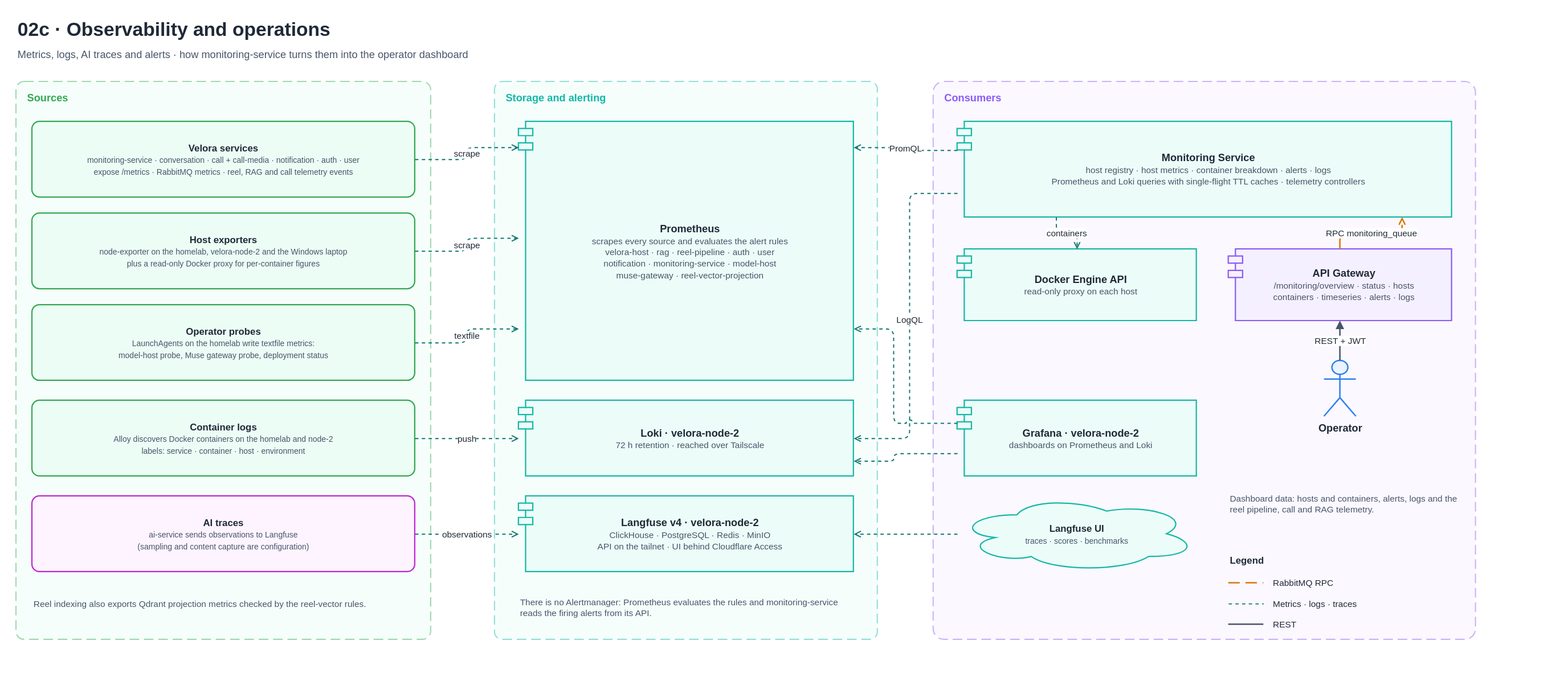
Above: docs/diagrams/velora-current/importable-svg/02c-observability-stack.drawio.svg in HieuCuteDangYeu/velora-backend (draw.io), before the change. Source tidied: cells renumbered, new cells last; positions are measured from the earlier drawing's top-left corner, leaving out a move shared by most shapes.
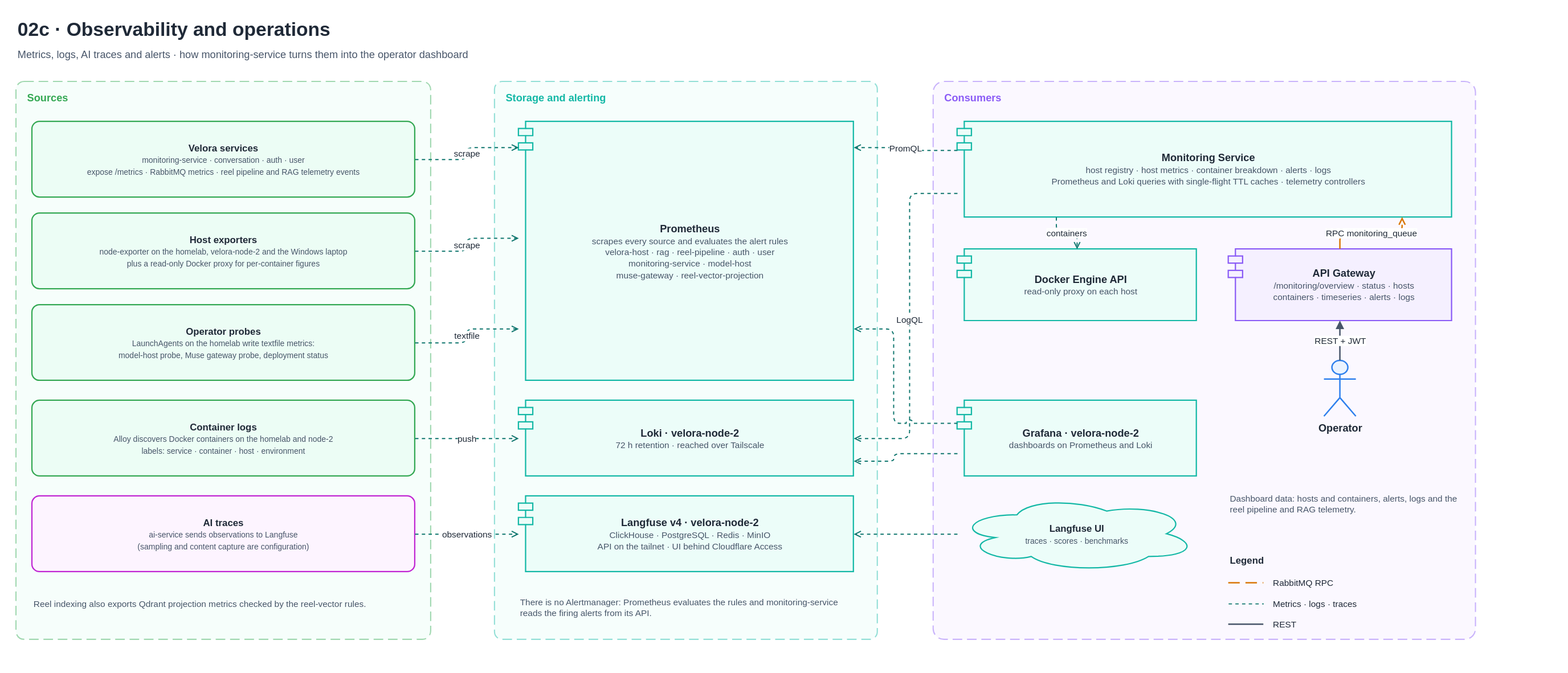
Above is the later version.

What changed in the source:
```diff
@@ -14,7 +14,7 @@
     <mxCell id="5" value="Sources" style="text;html=1;fontFamily=Helvetica;fontSize=13;fontStyle=1;fontColor=#34A853;align=left;verticalAlign=top;spacingLeft=12;spacingTop=6;strokeColor=none;fillColor=none;" parent="1" vertex="1">
       <mxGeometry y="82" width="520" height="30" as="geometry" />
     </mxCell>
-    <mxCell id="6" value="&lt;b style=&quot;font-size:12px&quot;&gt;Velora services&lt;/b&gt;&lt;br&gt;&lt;span style=&quot;font-size:10px;color:#475569&quot;&gt;monitoring-service · conversation · call + call-media · notification · auth · user&lt;br&gt;expose /metrics · RabbitMQ metrics · reel, RAG and call telemetry events&lt;/span&gt;" style="rounded=1;arcSize=10;html=1;whiteSpace=wrap;fontFamily=Helvetica;fillColor=#ECFDF5;strokeColor=#34A853;strokeWidth=1.6;fontColor=#1F2937;align=center;verticalAlign=middle;" parent="1" vertex="1">
+    <mxCell id="6" value="&lt;b style=&quot;font-size:12px&quot;&gt;Velora services&lt;/b&gt;&lt;br&gt;&lt;span style=&quot;font-size:10px;color:#475569&quot;&gt;monitoring-service · conversation · auth · user&lt;br&gt;expose /metrics · RabbitMQ metrics · reel pipeline and RAG telemetry events&lt;/span&gt;" style="rounded=1;arcSize=10;html=1;whiteSpace=wrap;fontFamily=Helvetica;fillColor=#ECFDF5;strokeColor=#34A853;strokeWidth=1.6;fontColor=#1F2937;align=center;verticalAlign=middle;" parent="1" vertex="1">
       <mxGeometry x="20" y="132" width="480" height="95" as="geometry" />
     </mxCell>
     <mxCell id="7" value="&lt;b style=&quot;font-size:12px&quot;&gt;Host exporters&lt;/b&gt;&lt;br&gt;&lt;span style=&quot;font-size:10px;color:#475569&quot;&gt;node-exporter on the homelab, velora-node-2 and the Windows laptop&lt;br&gt;plus a read-only Docker proxy for per-container figures&lt;/span&gt;" style="rounded=1;arcSize=10;html=1;whiteSpace=wrap;fontFamily=Helvetica;fillColor=#ECFDF5;strokeColor=#34A853;strokeWidth=1.6;fontColor=#1F2937;align=center;verticalAlign=middle;" parent="1" vertex="1">
@@ -38,7 +38,7 @@
     <mxCell id="13" value="Storage and alerting" style="text;html=1;fontFamily=Helvetica;fontSize=13;fontStyle=1;fontColor=#14B8A6;align=left;verticalAlign=top;spacingLeft=12;spacingTop=6;strokeColor=none;fillColor=none;" parent="1" vertex="1">
       <mxGeometry x="600" y="82" width="480" height="30" as="geometry" />
     </mxCell>
-    <mxCell id="14" value="&lt;b style=&quot;font-size:13px&quot;&gt;Prometheus&lt;/b&gt;&lt;br&gt;&lt;span style=&quot;font-size:11px;color:#475569&quot;&gt;scrapes every source and evaluates the alert rules&lt;br&gt;velora-host · rag · reel-pipeline · auth · user&lt;br&gt;notification · monitoring-service · model-host&lt;br&gt;muse-gateway · reel-vector-projection&lt;/span&gt;" style="shape=module;jettyWidth=18;jettyHeight=9;html=1;whiteSpace=wrap;fontFamily=Helvetica;fillColor=#ECFDF9;strokeColor=#14B8A6;strokeWidth=1.6;fontColor=#1F2937;align=center;verticalAlign=middle;spacingLeft=14;spacingRight=4;" parent="1" vertex="1">
+    <mxCell id="14" value="&lt;b style=&quot;font-size:13px&quot;&gt;Prometheus&lt;/b&gt;&lt;br&gt;&lt;span style=&quot;font-size:11px;color:#475569&quot;&gt;scrapes every source and evaluates the alert rules&lt;br&gt;velora-host · rag · reel-pipeline · auth · user&lt;br&gt;monitoring-service · model-host&lt;br&gt;muse-gateway · reel-vector-projection&lt;/span&gt;" style="shape=module;jettyWidth=18;jettyHeight=9;html=1;whiteSpace=wrap;fontFamily=Helvetica;fillColor=#ECFDF9;strokeColor=#14B8A6;strokeWidth=1.6;fontColor=#1F2937;align=center;verticalAlign=middle;spacingLeft=14;spacingRight=4;" parent="1" vertex="1">
       <mxGeometry x="630" y="132" width="420" height="325" as="geometry" />
     </mxCell>
     <mxCell id="15" value="&lt;b style=&quot;font-size:13px&quot;&gt;Loki · velora-node-2&lt;/b&gt;&lt;br&gt;&lt;span style=&quot;font-size:11px;color:#475569&quot;&gt;72 h retention · reached over Tailscale&lt;/span&gt;" style="shape=module;jettyWidth=18;jettyHeight=9;html=1;whiteSpace=wrap;fontFamily=Helvetica;fillColor=#ECFDF9;strokeColor=#14B8A6;strokeWidth=1.6;fontColor=#1F2937;align=center;verticalAlign=middle;spacingLeft=14;spacingRight=4;" parent="1" vertex="1">
@@ -89,7 +89,7 @@
     <mxCell id="30" value="&lt;b style=&quot;font-size:12px&quot;&gt;Langfuse UI&lt;/b&gt;&lt;br&gt;&lt;span style=&quot;font-size:10px;color:#475569&quot;&gt;traces · scores · benchmarks&lt;/span&gt;" style="shape=cloud;html=1;whiteSpace=wrap;fontFamily=Helvetica;fillColor=#ECFDF9;strokeColor=#14B8A6;strokeWidth=1.6;fontColor=#1F2937;align=center;verticalAlign=middle;" parent="1" vertex="1">
       <mxGeometry x="1180" y="602" width="300" height="95" as="geometry" />
     </mxCell>
-    <mxCell id="31" value="Dashboard data: hosts and containers, alerts, logs and the reel pipeline, call and RAG telemetry." style="text;html=1;fontFamily=Helvetica;fontSize=11;fontColor=#475569;align=left;verticalAlign=middle;whiteSpace=wrap;strokeColor=none;fillColor=none;" parent="1" vertex="1">
+    <mxCell id="31" value="Dashboard data: hosts and containers, alerts, logs and the reel pipeline and RAG telemetry." style="text;html=1;fontFamily=Helvetica;fontSize=11;fontColor=#475569;align=left;verticalAlign=middle;whiteSpace=wrap;strokeColor=none;fillColor=none;" parent="1" vertex="1">
       <mxGeometry x="1520" y="582" width="290" height="60" as="geometry" />
     </mxCell>
     <mxCell id="32" value="PromQL" style="edgeStyle=orthogonalEdgeStyle;rounded=1;jettySize=auto;html=1;jumpStyle=arc;jumpSize=8;fontFamily=Helvetica;fontSize=11;fontColor=#1F2937;labelBackgroundColor=#ffffff;endArrow=open;endFill=0;dashed=1;dashPattern=3 3;strokeColor=#0F766E;strokeWidth=1.4;exitX=0;exitY=0.3;exitDx=0;exitDy=0;entryX=1;entryY=0.1;entryDx=0;entryDy=0;" parent="1" edge="1" source="25" target="14">
```
